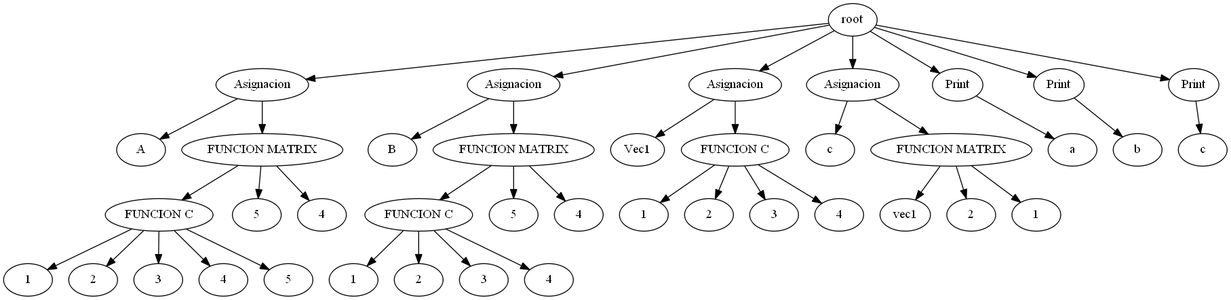
The Graphviz diagram SoftwareArit/AST.png in EverChicas/ARIT, before a commit. Its source is kept beside it as SoftwareArit/AST.dot.
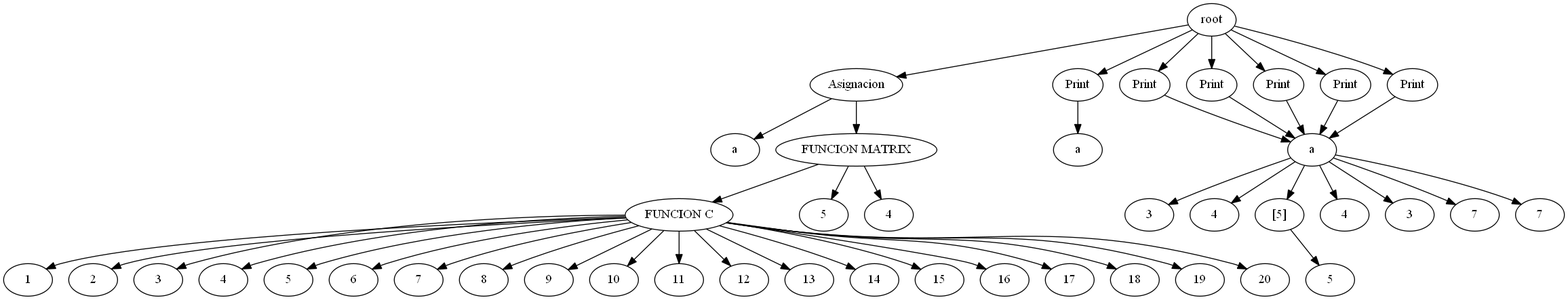
Later version of the same file.

The edit, as a diff of the source:
```diff
@@ -1,89 +1,98 @@
 digraph G{
 rankir=TD;
-41 [label = "root"];
-10 [label = "A"];
-11 [label = "Asignacion"];
-11 -> 10;
-9[label = "FUNCION MATRIX"];
-6[label = "FUNCION C"];
+42 [label = "root"];
+25 [label = "a"];
+26 [label = "Asignacion"];
+26 -> 25;
+24[label = "FUNCION MATRIX"];
+21[label = "FUNCION C"];
 1 [label = "1"];
 2 [label = "2"];
 3 [label = "3"];
 4 [label = "4"];
 5 [label = "5"];
-6 -> 1;
-6 -> 2;
-6 -> 3;
-6 -> 4;
-6 -> 5;
-7 [label = "5"];
-8 [label = "4"];
-9 -> 6;
-9 -> 7;
-9 -> 8;
-11 [label = "Asignacion"];
-11 -> 9;
-20 [label = "B"];
-21 [label = "Asignacion"];
+6 [label = "6"];
+7 [label = "7"];
+8 [label = "8"];
+9 [label = "9"];
+10 [label = "10"];
+11 [label = "11"];
+12 [label = "12"];
+13 [label = "13"];
+14 [label = "14"];
+15 [label = "15"];
+16 [label = "16"];
+17 [label = "17"];
+18 [label = "18"];
+19 [label = "19"];
+20 [label = "20"];
+21 -> 1;
+21 -> 2;
+21 -> 3;
+21 -> 4;
+21 -> 5;
+21 -> 6;
+21 -> 7;
+21 -> 8;
+21 -> 9;
+21 -> 10;
+21 -> 11;
+21 -> 12;
+21 -> 13;
+21 -> 14;
+21 -> 15;
+21 -> 16;
+21 -> 17;
+21 -> 18;
+21 -> 19;
 21 -> 20;
-19[label = "FUNCION MATRIX"];
-16[label = "FUNCION C"];
-12 [label = "1"];
-13 [label = "2"];
-14 [label = "3"];
-15 [label = "4"];
-16 -> 12;
-16 -> 13;
-16 -> 14;
-16 -> 15;
-17 [label = "5"];
-18 [label = "4"];
-19 -> 16;
-19 -> 17;
-19 -> 18;
-21 [label = "Asignacion"];
-21 -> 19;
-27 [label = "Vec1"];
-28 [label = "Asignacion"];
+22 [label = "5"];
+23 [label = "4"];
+24 -> 21;
+24 -> 22;
+24 -> 23;
+26 [label = "Asignacion"];
+26 -> 24;
+27 [label = "a"];
+28 [label = "Print"];
 28 -> 27;
-26[label = "FUNCION C"];
-22 [label = "1"];
-23 [label = "2"];
-24 [label = "3"];
-25 [label = "4"];
-26 -> 22;
-26 -> 23;
-26 -> 24;
-26 -> 25;
-28 [label = "Asignacion"];
-28 -> 26;
-33 [label = "c"];
-34 [label = "Asignacion"];
-34 -> 33;
-32[label = "FUNCION MATRIX"];
-29 [label = "vec1"];
-30 [label = "2"];
-31 [label = "1"];
-32 -> 29;
-32 -> 30;
-32 -> 31;
-34 [label = "Asignacion"];
-34 -> 32;
-35 [label = "a"];
+null[label = "a"];
+30 [label = "3"];
+29 [label = "4"];
+null -> 30;
+null -> 29;
+31 [label = "Print"];
+31 -> null;
+null[label = "a"];
+32 [label = "5"];
+33 [label = "[5]"];
+33 -> 32;
+null -> 33;
+34 [label = "Print"];
+34 -> null;
+null[label = "a"];
+35 [label = "4"];
+null -> 35;
 36 [label = "Print"];
-36 -> 35;
-37 [label = "b"];
+36 -> null;
+null[label = "a"];
+37 [label = "3"];
+null -> 37;
 38 [label = "Print"];
-38 -> 37;
-39 [label = "c"];
-40 [label = "Print"];
-40 -> 39;
-41 -> 11;
-41 -> 21;
-41 -> 28;
-41 -> 34;
-41 -> 36;
-41 -> 38;
-41 -> 40;
+38 -> null;
+null[label = "a"];
+40 [label = "7"];
+39 [label = "7"];
+null -> 40;
+null -> 39;
+41 [label = "Print"];
+41 -> null;
+42 -> 26;
+42 -> 28;
+42 -> 31;
+42 -> 34;
+42 -> 36;
+42 -> 38;
+42 -> 41;
 
 }
```
